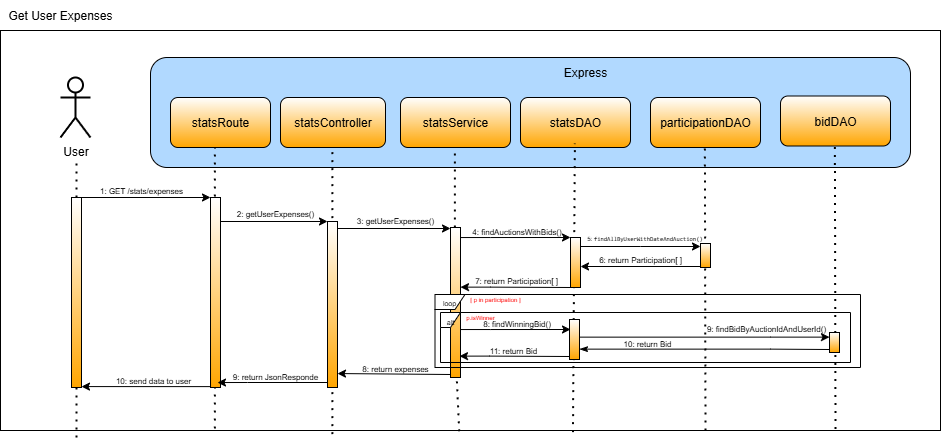
This is documentazione/Get_User_Expenses.png from Sebastianelli-Nicola/ProgettoPA, a draw.io export, as it was before one commit. Source tidied: cells renumbered, new cells last; positions are measured from the earlier drawing's top-left corner, leaving out a move shared by most shapes.
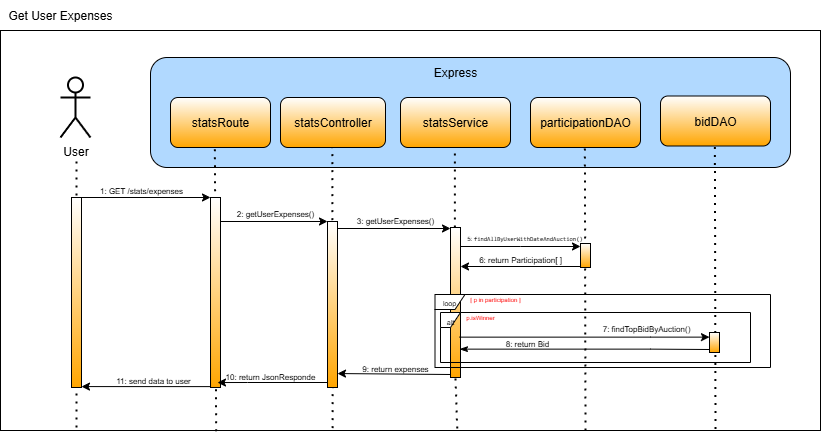
Above is the later version.

Diff of the diagram source:
```diff
@@ -3,13 +3,13 @@
     <mxCell id="0" />
     <mxCell id="1" parent="0" />
     <mxCell id="2" style="rounded=0;whiteSpace=wrap;html=1;" parent="1" vertex="1">
-      <mxGeometry y="30" width="940" height="400" as="geometry" />
+      <mxGeometry y="30" width="820" height="400" as="geometry" />
     </mxCell>
     <mxCell id="3" style="rounded=1;whiteSpace=wrap;html=1;fillColor=#B1D9FF;" parent="1" vertex="1">
-      <mxGeometry x="150" y="57" width="760" height="110" as="geometry" />
+      <mxGeometry x="150" y="57" width="640" height="110" as="geometry" />
     </mxCell>
     <mxCell id="4" value="Express" style="text;html=1;align=center;verticalAlign=middle;whiteSpace=wrap;rounded=0;" parent="1" vertex="1">
-      <mxGeometry x="530" y="57" width="110" height="30" as="geometry" />
+      <mxGeometry x="400" y="57" width="110" height="30" as="geometry" />
     </mxCell>
     <mxCell id="5" value="statsRoute" style="rounded=1;whiteSpace=wrap;html=1;gradientColor=#FFA500;" parent="1" vertex="1">
       <mxGeometry x="170" y="97" width="100" height="50" as="geometry" />
@@ -17,9 +17,6 @@
     <mxCell id="6" value="statsController" style="rounded=1;whiteSpace=wrap;html=1;gradientColor=#FFA500;" parent="1" vertex="1">
       <mxGeometry x="280" y="97" width="105" height="50" as="geometry" />
     </mxCell>
-    <mxCell id="7" value="statsDAO" style="rounded=1;whiteSpace=wrap;html=1;gradientColor=#FFA500;" parent="1" vertex="1">
-      <mxGeometry x="520" y="97" width="110" height="50" as="geometry" />
-    </mxCell>
     <mxCell id="8" value="statsService" style="rounded=1;whiteSpace=wrap;html=1;gradientColor=#FFA500;" parent="1" vertex="1">
       <mxGeometry x="400" y="97" width="110" height="50" as="geometry" />
     </mxCell>
@@ -28,16 +25,16 @@
     </mxCell>
     <mxCell id="10" style="endArrow=none;dashed=1;html=1;dashPattern=1 3;strokeWidth=2;rounded=0;entryX=0.147;entryY=0.325;entryDx=0;entryDy=0;entryPerimeter=0;" parent="1" edge="1">
       <mxGeometry relative="1" as="geometry">
-        <mxPoint x="76" y="437" as="sourcePoint" />
+        <mxPoint x="76" y="427" as="sourcePoint" />
         <mxPoint x="76" y="157" as="targetPoint" />
       </mxGeometry>
     </mxCell>
-    <mxCell id="11" style="endArrow=none;dashed=1;html=1;dashPattern=1 3;strokeWidth=2;rounded=0;entryX=0.147;entryY=0.325;entryDx=0;entryDy=0;entryPerimeter=0;exitX=0.228;exitY=0.995;exitDx=0;exitDy=0;exitPerimeter=0;" parent="1" edge="1" source="2">
+    <mxCell id="11" style="endArrow=none;dashed=1;html=1;dashPattern=1 3;strokeWidth=2;rounded=0;entryX=0.147;entryY=0.325;entryDx=0;entryDy=0;entryPerimeter=0;exitX=0.263;exitY=1.002;exitDx=0;exitDy=0;exitPerimeter=0;" parent="1" edge="1" source="2">
       <mxGeometry relative="1" as="geometry">
         <mxPoint x="214.4" y="147" as="targetPoint" />
       </mxGeometry>
     </mxCell>
-    <mxCell id="12" style="endArrow=none;dashed=1;html=1;dashPattern=1 3;strokeWidth=2;rounded=0;entryX=0.147;entryY=0.325;entryDx=0;entryDy=0;entryPerimeter=0;exitX=0.353;exitY=1.009;exitDx=0;exitDy=0;exitPerimeter=0;" parent="1" edge="1" source="2">
+    <mxCell id="12" style="endArrow=none;dashed=1;html=1;dashPattern=1 3;strokeWidth=2;rounded=0;entryX=0.147;entryY=0.325;entryDx=0;entryDy=0;entryPerimeter=0;exitX=0.405;exitY=0.994;exitDx=0;exitDy=0;exitPerimeter=0;" parent="1" edge="1" source="2">
       <mxGeometry relative="1" as="geometry">
         <mxPoint x="331.9" y="147" as="targetPoint" />
       </mxGeometry>
@@ -53,14 +50,6 @@
         <mxPoint x="454.4" y="147" as="targetPoint" />
       </mxGeometry>
     </mxCell>
-    <mxCell id="16" style="endArrow=none;dashed=1;html=1;dashPattern=1 3;strokeWidth=2;rounded=0;entryX=0.147;entryY=0.325;entryDx=0;entryDy=0;entryPerimeter=0;exitX=0.609;exitY=1.004;exitDx=0;exitDy=0;exitPerimeter=0;" parent="1" edge="1" source="2">
-      <mxGeometry relative="1" as="geometry">
-        <mxPoint x="574.4" y="143" as="targetPoint" />
-      </mxGeometry>
-    </mxCell>
-    <mxCell id="17" style="html=1;points=[[0,0,0,0,5],[0,1,0,0,-5],[1,0,0,0,5],[1,1,0,0,-5]];perimeter=orthogonalPerimeter;outlineConnect=0;targetShapes=umlLifeline;portConstraint=eastwest;newEdgeStyle={&quot;curved&quot;:0,&quot;rounded&quot;:0};gradientColor=#FFA500;" parent="1" vertex="1">
-      <mxGeometry x="570" y="237" width="10" height="50" as="geometry" />
-    </mxCell>
     <mxCell id="18" style="html=1;perimeter=orthogonalPerimeter;targetShapes=umlLifeline;newEdgeStyle={&quot;curved&quot;:0,&quot;rounded&quot;:0};gradientColor=#FFA500;" parent="1" vertex="1">
       <mxGeometry x="71" y="197" width="10" height="190" as="geometry" />
     </mxCell>
@@ -80,22 +69,12 @@
         <mxPoint x="450" y="228" as="targetPoint" />
       </mxGeometry>
     </mxCell>
-    <mxCell id="22" style="endArrow=none;dashed=1;html=1;dashPattern=1 3;strokeWidth=2;rounded=0;entryX=0.147;entryY=0.325;entryDx=0;entryDy=0;entryPerimeter=0;exitX=0.488;exitY=1.002;exitDx=0;exitDy=0;exitPerimeter=0;" parent="1" edge="1" source="2" target="23">
+    <mxCell id="22" style="endArrow=none;dashed=1;html=1;dashPattern=1 3;strokeWidth=2;rounded=0;entryX=0.147;entryY=0.325;entryDx=0;entryDy=0;entryPerimeter=0;exitX=0.557;exitY=0.995;exitDx=0;exitDy=0;exitPerimeter=0;" parent="1" edge="1" source="2" target="23">
       <mxGeometry relative="1" as="geometry" />
     </mxCell>
     <mxCell id="23" style="html=1;points=[[0,0,0,0,5],[0,1,0,0,-5],[1,0,0,0,5],[1,1,0,0,-5]];perimeter=orthogonalPerimeter;outlineConnect=0;targetShapes=umlLifeline;portConstraint=eastwest;newEdgeStyle={&quot;curved&quot;:0,&quot;rounded&quot;:0};gradientColor=#FFA500;" parent="1" vertex="1">
       <mxGeometry x="450" y="227" width="10" height="150" as="geometry" />
     </mxCell>
-    <mxCell id="24" style="edgeStyle=orthogonalEdgeStyle;rounded=0;orthogonalLoop=1;jettySize=auto;html=1;curved=0;endArrow=none;startFill=1;startArrow=classic;" parent="1" edge="1">
-      <mxGeometry relative="1" as="geometry">
-        <mxPoint x="460" y="286.6" as="sourcePoint" />
-        <mxPoint x="570" y="287" as="targetPoint" />
-        <Array as="points">
-          <mxPoint x="490" y="286.6" />
-          <mxPoint x="490" y="286.6" />
-        </Array>
-      </mxGeometry>
-    </mxCell>
     <mxCell id="25" style="edgeStyle=orthogonalEdgeStyle;rounded=0;orthogonalLoop=1;jettySize=auto;html=1;curved=0;entryX=0;entryY=1;entryDx=0;entryDy=0;entryPerimeter=0;endArrow=none;startFill=1;startArrow=classic;" parent="1" edge="1">
       <mxGeometry relative="1" as="geometry">
         <mxPoint x="337" y="373" as="sourcePoint" />
@@ -133,59 +112,58 @@
     <mxCell id="30" value="&lt;font style=&quot;font-size: 8px;&quot;&gt;3: getUserExpenses()&lt;/font&gt;" style="text;html=1;align=center;verticalAlign=middle;whiteSpace=wrap;rounded=0;" parent="1" vertex="1">
       <mxGeometry x="350" y="204" width="90" height="30" as="geometry" />
     </mxCell>
-    <mxCell id="31" value="&lt;span style=&quot;font-size: 8px;&quot;&gt;7: return Participation[ ]&lt;/span&gt;" style="text;html=1;align=center;verticalAlign=middle;whiteSpace=wrap;rounded=0;" parent="1" vertex="1">
-      <mxGeometry x="471" y="264" width="90" height="30" as="geometry" />
-    </mxCell>
-    <mxCell id="32" value="&lt;span style=&quot;font-size: 8px;&quot;&gt;8: return expenses&lt;/span&gt;" style="text;html=1;align=center;verticalAlign=middle;whiteSpace=wrap;rounded=0;" parent="1" vertex="1">
+    <mxCell id="32" value="&lt;span style=&quot;font-size: 8px;&quot;&gt;9: return expenses&lt;/span&gt;" style="text;html=1;align=center;verticalAlign=middle;whiteSpace=wrap;rounded=0;" parent="1" vertex="1">
       <mxGeometry x="350" y="352" width="90" height="30" as="geometry" />
     </mxCell>
-    <mxCell id="33" value="&lt;span style=&quot;font-size: 8px;&quot;&gt;9: return JsonResponde&lt;/span&gt;" style="text;html=1;align=center;verticalAlign=middle;whiteSpace=wrap;rounded=0;" parent="1" vertex="1">
-      <mxGeometry x="230" y="360" width="90" height="30" as="geometry" />
+    <mxCell id="33" value="&lt;span style=&quot;font-size: 8px;&quot;&gt;10: return JsonResponde&lt;/span&gt;" style="text;html=1;align=center;verticalAlign=middle;whiteSpace=wrap;rounded=0;" parent="1" vertex="1">
+      <mxGeometry x="220" y="360" width="100" height="30" as="geometry" />
     </mxCell>
-    <mxCell id="34" value="&lt;span style=&quot;font-size: 8px;&quot;&gt;10: send data to user&lt;/span&gt;" style="text;html=1;align=center;verticalAlign=middle;whiteSpace=wrap;rounded=0;" parent="1" vertex="1">
+    <mxCell id="34" value="&lt;span style=&quot;font-size: 8px;&quot;&gt;11: send data to user&lt;/span&gt;" style="text;html=1;align=center;verticalAlign=middle;whiteSpace=wrap;rounded=0;" parent="1" vertex="1">
       <mxGeometry x="108" y="364" width="90" height="30" as="geometry" />
     </mxCell>
     <mxCell id="35" value="Get User Expenses" style="text;html=1;align=center;verticalAlign=middle;whiteSpace=wrap;rounded=0;" parent="1" vertex="1">
       <mxGeometry width="120" height="30" as="geometry" />
     </mxCell>
     <mxCell id="36" value="participationDAO" style="rounded=1;whiteSpace=wrap;html=1;gradientColor=#FFA500;" parent="1" vertex="1">
-      <mxGeometry x="650" y="97" width="110" height="50" as="geometry" />
+      <mxGeometry x="530" y="97" width="110" height="50" as="geometry" />
     </mxCell>
-    <mxCell id="37" style="endArrow=none;dashed=1;html=1;dashPattern=1 3;strokeWidth=2;rounded=0;entryX=0.147;entryY=0.325;entryDx=0;entryDy=0;entryPerimeter=0;exitX=0.75;exitY=1;exitDx=0;exitDy=0;" parent="1" edge="1" source="2">
+    <mxCell id="37" style="endArrow=none;dashed=1;html=1;dashPattern=1 3;strokeWidth=2;rounded=0;entryX=0.147;entryY=0.325;entryDx=0;entryDy=0;entryPerimeter=0;exitX=0.75;exitY=1;exitDx=0;exitDy=0;" parent="1" edge="1">
       <mxGeometry relative="1" as="geometry">
-        <mxPoint x="704.4" y="143" as="targetPoint" />
+        <mxPoint x="585" y="430" as="sourcePoint" />
+        <mxPoint x="584.4" y="143" as="targetPoint" />
       </mxGeometry>
     </mxCell>
     <mxCell id="38" style="html=1;points=[[0,0,0,0,5],[0,1,0,0,-5],[1,0,0,0,5],[1,1,0,0,-5]];perimeter=orthogonalPerimeter;outlineConnect=0;targetShapes=umlLifeline;portConstraint=eastwest;newEdgeStyle={&quot;curved&quot;:0,&quot;rounded&quot;:0};gradientColor=#FFA500;" parent="1" vertex="1">
-      <mxGeometry x="700" y="243" width="10" height="24" as="geometry" />
+      <mxGeometry x="580" y="243" width="10" height="24" as="geometry" />
     </mxCell>
     <mxCell id="39" style="edgeStyle=orthogonalEdgeStyle;rounded=0;jettySize=auto;html=1;curved=0;" parent="1" edge="1" target="38">
       <mxGeometry relative="1" as="geometry">
-        <mxPoint x="580" y="246" as="sourcePoint" />
+        <mxPoint x="460" y="246" as="sourcePoint" />
         <Array as="points">
-          <mxPoint x="640" y="246" />
-          <mxPoint x="640" y="246" />
+          <mxPoint x="520" y="246" />
+          <mxPoint x="520" y="246" />
         </Array>
       </mxGeometry>
     </mxCell>
-    <mxCell id="40" style="edgeStyle=orthogonalEdgeStyle;rounded=0;jettySize=auto;html=1;curved=0;entryX=0;entryY=1;entryDx=0;entryDy=-5;entryPerimeter=0;endArrow=none;startFill=1;startArrow=classic;" parent="1" edge="1" source="17" target="38">
+    <mxCell id="40" style="edgeStyle=orthogonalEdgeStyle;rounded=0;jettySize=auto;html=1;curved=0;entryX=0;entryY=1;entryDx=0;entryDy=-5;entryPerimeter=0;endArrow=none;startFill=1;startArrow=classic;" parent="1" edge="1" target="38">
       <mxGeometry relative="1" as="geometry">
+        <mxPoint x="460" y="266" as="sourcePoint" />
         <Array as="points">
-          <mxPoint x="700" y="266" />
+          <mxPoint x="580" y="266" />
         </Array>
       </mxGeometry>
     </mxCell>
     <mxCell id="41" value="&lt;font style=&quot;color: rgb(0, 0, 0); font-size: 6px;&quot;&gt;5:&amp;nbsp;&lt;span style=&quot;font-family: Consolas, &amp;quot;Courier New&amp;quot;, monospace; white-space: pre;&quot;&gt;findAllByUserWithDateAndAuction()&lt;/span&gt;&lt;/font&gt;" style="text;html=1;align=center;verticalAlign=middle;whiteSpace=wrap;rounded=0;" parent="1" vertex="1">
-      <mxGeometry x="594.5" y="221" width="99" height="30" as="geometry" />
+      <mxGeometry x="474.5" y="221" width="99" height="30" as="geometry" />
     </mxCell>
     <mxCell id="42" value="&lt;span style=&quot;font-size: 8px;&quot;&gt;6: return Participation[ ]&lt;/span&gt;" style="text;html=1;align=center;verticalAlign=middle;whiteSpace=wrap;rounded=0;" parent="1" vertex="1">
-      <mxGeometry x="594.5" y="243" width="90" height="30" as="geometry" />
+      <mxGeometry x="474.5" y="243" width="90" height="30" as="geometry" />
     </mxCell>
     <mxCell id="43" value="&lt;font style=&quot;font-size: 7px;&quot;&gt;loop&lt;/font&gt;" style="shape=umlFrame;whiteSpace=wrap;html=1;width=30;height=15;" parent="1" vertex="1">
-      <mxGeometry x="434.5" y="294" width="425.5" height="73" as="geometry" />
+      <mxGeometry x="434.5" y="294" width="335.5" height="73" as="geometry" />
     </mxCell>
     <mxCell id="44" value="&lt;font style=&quot;font-size: 7px;&quot;&gt;alt&lt;/font&gt;" style="shape=umlFrame;whiteSpace=wrap;html=1;width=20;height=15;" parent="1" vertex="1">
-      <mxGeometry x="440" y="312" width="410" height="50" as="geometry" />
+      <mxGeometry x="440" y="312" width="310" height="50" as="geometry" />
     </mxCell>
     <mxCell id="45" value="&lt;font style=&quot;font-size: 6px; color: rgb(255, 6, 6);&quot;&gt;[ p in participation ]&lt;/font&gt;" style="text;html=1;align=center;verticalAlign=middle;whiteSpace=wrap;rounded=0;" parent="1" vertex="1">
       <mxGeometry x="450" y="282" width="90" height="30" as="geometry" />
@@ -193,84 +171,42 @@
     <mxCell id="46" value="&lt;font style=&quot;font-size: 6px; color: rgb(255, 6, 6);&quot;&gt;p.isWinner&lt;/font&gt;" style="text;html=1;align=center;verticalAlign=middle;whiteSpace=wrap;rounded=0;" parent="1" vertex="1">
       <mxGeometry x="434.5" y="300" width="90" height="30" as="geometry" />
     </mxCell>
-    <mxCell id="47" style="edgeStyle=orthogonalEdgeStyle;rounded=0;orthogonalLoop=1;jettySize=auto;html=1;curved=0;entryX=0;entryY=0;entryDx=0;entryDy=5;entryPerimeter=0;" parent="1" edge="1">
-      <mxGeometry relative="1" as="geometry">
-        <mxPoint x="460" y="237" as="sourcePoint" />
-        <mxPoint x="570" y="237" as="targetPoint" />
-        <Array as="points">
-          <mxPoint x="490" y="237" />
-          <mxPoint x="490" y="237" />
-        </Array>
-      </mxGeometry>
-    </mxCell>
-    <mxCell id="48" value="&lt;font style=&quot;font-size: 8px;&quot;&gt;4: findAuctionsWithBids&lt;span style=&quot;color: rgba(0, 0, 0, 0); font-family: monospace; font-size: 0px; text-align: start; text-wrap-mode: nowrap;&quot;&gt;%3CmxGraphModel%3E%3Croot%3E%3CmxCell%20id%3D%220%22%2F%3E%3CmxCell%20id%3D%221%22%20parent%3D%220%22%2F%3E%3CmxCell%20id%3D%222%22%20value%3D%22%26lt%3Bfont%20style%3D%26quot%3Bfont-size%3A%208px%3B%26quot%3B%26gt%3B3%3A%20login()%26lt%3B%2Ffont%26gt%3B%22%20style%3D%22text%3Bhtml%3D1%3Balign%3Dcenter%3BverticalAlign%3Dmiddle%3BwhiteSpace%3Dwrap%3Brounded%3D0%3B%22%20vertex%3D%221%22%20parent%3D%221%22%3E%3CmxGeometry%20x%3D%22390%22%20y%3D%22217%22%20width%3D%2290%22%20height%3D%2230%22%20as%3D%22geometry%22%2F%3E%3C%2FmxCell%3E%3C%2Froot%3E%3C%2FmxGraphModel&lt;/span&gt;()&lt;/font&gt;" style="text;html=1;align=center;verticalAlign=middle;whiteSpace=wrap;rounded=0;" parent="1" vertex="1">
-      <mxGeometry x="466.5" y="215" width="99" height="30" as="geometry" />
-    </mxCell>
-    <mxCell id="49" style="edgeStyle=orthogonalEdgeStyle;rounded=0;orthogonalLoop=1;jettySize=auto;html=1;curved=0;entryX=0;entryY=0;entryDx=0;entryDy=5;entryPerimeter=0;" parent="1" edge="1">
-      <mxGeometry relative="1" as="geometry">
-        <mxPoint x="460" y="329" as="sourcePoint" />
-        <mxPoint x="570" y="329" as="targetPoint" />
-        <Array as="points">
-          <mxPoint x="490" y="329" />
-          <mxPoint x="490" y="329" />
-        </Array>
-      </mxGeometry>
-    </mxCell>
-    <mxCell id="50" value="&lt;font style=&quot;font-size: 8px;&quot;&gt;8: findWinningBid&lt;span style=&quot;color: rgba(0, 0, 0, 0); font-family: monospace; font-size: 0px; text-align: start; text-wrap-mode: nowrap;&quot;&gt;%3CmxGraphModel%3E%3Croot%3E%3CmxCell%20id%3D%220%22%2F%3E%3CmxCell%20id%3D%221%22%20parent%3D%220%22%2F%3E%3CmxCell%20id%3D%222%22%20value%3D%22%26lt%3Bfont%20style%3D%26quot%3Bfont-size%3A%208px%3B%26quot%3B%26gt%3B3%3A%20login()%26lt%3B%2Ffont%26gt%3B%22%20style%3D%22text%3Bhtml%3D1%3Balign%3Dcenter%3BverticalAlign%3Dmiddle%3BwhiteSpace%3Dwrap%3Brounded%3D0%3B%22%20vertex%3D%221%22%20parent%3D%221%22%3E%3CmxGeometry%20x%3D%22390%22%20y%3D%22217%22%20width%3D%2290%22%20height%3D%2230%22%20as%3D%22geometry%22%2F%3E%3C%2FmxCell%3E%3C%2Froot%3E%3C%2FmxGraphModel&lt;/span&gt;()&lt;/font&gt;" style="text;html=1;align=center;verticalAlign=middle;whiteSpace=wrap;rounded=0;" parent="1" vertex="1">
-      <mxGeometry x="466.5" y="307" width="99" height="30" as="geometry" />
-    </mxCell>
-    <mxCell id="51" style="html=1;perimeter=orthogonalPerimeter;targetShapes=umlLifeline;newEdgeStyle={&quot;curved&quot;:0,&quot;rounded&quot;:0};gradientColor=#FFA500;" parent="1" vertex="1">
-      <mxGeometry x="569" y="319" width="10" height="40" as="geometry" />
-    </mxCell>
     <mxCell id="52" value="bidDAO" style="rounded=1;whiteSpace=wrap;html=1;gradientColor=#FFA500;" parent="1" vertex="1">
-      <mxGeometry x="780" y="95.5" width="110" height="50" as="geometry" />
+      <mxGeometry x="660" y="95.5" width="110" height="50" as="geometry" />
     </mxCell>
     <mxCell id="53" style="endArrow=none;dashed=1;html=1;dashPattern=1 3;strokeWidth=2;rounded=0;entryX=0.147;entryY=0.325;entryDx=0;entryDy=0;entryPerimeter=0;exitX=0.75;exitY=1;exitDx=0;exitDy=0;" parent="1" edge="1">
       <mxGeometry relative="1" as="geometry">
-        <mxPoint x="835" y="428.5" as="sourcePoint" />
-        <mxPoint x="834.4" y="141.5" as="targetPoint" />
+        <mxPoint x="715" y="428.5" as="sourcePoint" />
+        <mxPoint x="714.4" y="141.5" as="targetPoint" />
       </mxGeometry>
     </mxCell>
     <mxCell id="54" style="html=1;points=[[0,0,0,0,5],[0,1,0,0,-5],[1,0,0,0,5],[1,1,0,0,-5]];perimeter=orthogonalPerimeter;outlineConnect=0;targetShapes=umlLifeline;portConstraint=eastwest;newEdgeStyle={&quot;curved&quot;:0,&quot;rounded&quot;:0};gradientColor=#FFA500;" parent="1" vertex="1">
-      <mxGeometry x="829" y="332" width="10" height="20" as="geometry" />
+      <mxGeometry x="709" y="332" width="10" height="20" as="geometry" />
     </mxCell>
-    <mxCell id="55" value="&lt;font style=&quot;font-size: 8px;&quot;&gt;9: findBidByAuctionIdAndUserId&lt;span style=&quot;color: rgba(0, 0, 0, 0); font-family: monospace; font-size: 0px; text-align: start; text-wrap-mode: nowrap;&quot;&gt;%3CmxGraphModel%3E%3Croot%3E%3CmxCell%20id%3D%220%22%2F%3E%3CmxCell%20id%3D%221%22%20parent%3D%220%22%2F%3E%3CmxCell%20id%3D%222%22%20value%3D%22%26lt%3Bfont%20style%3D%26quot%3Bfont-size%3A%208px%3B%26quot%3B%26gt%3B3%3A%20login()%26lt%3B%2Ffont%26gt%3B%22%20style%3D%22text%3Bhtml%3D1%3Balign%3Dcenter%3BverticalAlign%3Dmiddle%3BwhiteSpace%3Dwrap%3Brounded%3D0%3B%22%20vertex%3D%221%22%20parent%3D%221%22%3E%3CmxGeometry%20x%3D%22390%22%20y%3D%22217%22%20width%3D%2290%22%20height%3D%2230%22%20as%3D%22geometry%22%2F%3E%3C%2FmxCell%3E%3C%2Froot%3E%3C%2FmxGraphModel&lt;/span&gt;()&lt;/font&gt;" style="text;html=1;align=center;verticalAlign=middle;whiteSpace=wrap;rounded=0;" parent="1" vertex="1">
-      <mxGeometry x="700" y="312" width="132" height="30" as="geometry" />
+    <mxCell id="55" value="&lt;font style=&quot;font-size: 8px;&quot;&gt;7: findTopBidByAuction&lt;span style=&quot;color: rgba(0, 0, 0, 0); font-family: monospace; font-size: 0px; text-align: start; text-wrap-mode: nowrap;&quot;&gt;%3CmxGraphModel%3E%3Croot%3E%3CmxCell%20id%3D%220%22%2F%3E%3CmxCell%20id%3D%221%22%20parent%3D%220%22%2F%3E%3CmxCell%20id%3D%222%22%20value%3D%22%26lt%3Bfont%20style%3D%26quot%3Bfont-size%3A%208px%3B%26quot%3B%26gt%3B3%3A%20login()%26lt%3B%2Ffont%26gt%3B%22%20style%3D%22text%3Bhtml%3D1%3Balign%3Dcenter%3BverticalAlign%3Dmiddle%3BwhiteSpace%3Dwrap%3Brounded%3D0%3B%22%20vertex%3D%221%22%20parent%3D%221%22%3E%3CmxGeometry%20x%3D%22390%22%20y%3D%22217%22%20width%3D%2290%22%20height%3D%2230%22%20as%3D%22geometry%22%2F%3E%3C%2FmxCell%3E%3C%2Froot%3E%3C%2FmxGraphModel&lt;/span&gt;()&lt;/font&gt;" style="text;html=1;align=center;verticalAlign=middle;whiteSpace=wrap;rounded=0;" parent="1" vertex="1">
+      <mxGeometry x="580" y="312" width="132" height="30" as="geometry" />
     </mxCell>
     <mxCell id="56" style="edgeStyle=orthogonalEdgeStyle;rounded=0;jettySize=auto;html=1;curved=0;" parent="1" edge="1" target="54">
       <mxGeometry relative="1" as="geometry">
-        <mxPoint x="579" y="336.6" as="sourcePoint" />
+        <mxPoint x="459" y="336.6" as="sourcePoint" />
         <Array as="points">
-          <mxPoint x="770" y="337" />
-          <mxPoint x="770" y="337" />
+          <mxPoint x="650" y="337" />
+          <mxPoint x="650" y="337" />
         </Array>
       </mxGeometry>
     </mxCell>
     <mxCell id="57" style="edgeStyle=orthogonalEdgeStyle;rounded=0;orthogonalLoop=1;jettySize=auto;html=1;curved=0;startArrow=classicThin;startFill=1;endArrow=none;" parent="1" edge="1">
       <mxGeometry relative="1" as="geometry">
-        <mxPoint x="579" y="348.6" as="sourcePoint" />
-        <mxPoint x="829" y="349" as="targetPoint" />
+        <mxPoint x="459" y="348.6" as="sourcePoint" />
+        <mxPoint x="709" y="349" as="targetPoint" />
         <Array as="points">
-          <mxPoint x="770" y="349" />
-          <mxPoint x="770" y="349" />
+          <mxPoint x="650" y="349" />
+          <mxPoint x="650" y="349" />
         </Array>
       </mxGeometry>
     </mxCell>
-    <mxCell id="58" value="&lt;span style=&quot;font-size: 8px;&quot;&gt;10: return Bid&lt;/span&gt;" style="text;html=1;align=center;verticalAlign=middle;whiteSpace=wrap;rounded=0;" parent="1" vertex="1">
-      <mxGeometry x="581.2" y="327" width="132" height="30" as="geometry" />
+    <mxCell id="58" value="&lt;span style=&quot;font-size: 8px;&quot;&gt;8: return Bid&lt;/span&gt;" style="text;html=1;align=center;verticalAlign=middle;whiteSpace=wrap;rounded=0;" parent="1" vertex="1">
+      <mxGeometry x="461.2" y="327" width="132" height="30" as="geometry" />
     </mxCell>
-    <mxCell id="59" value="&lt;span style=&quot;font-size: 8px;&quot;&gt;11: return Bid&lt;/span&gt;" style="text;html=1;align=center;verticalAlign=middle;whiteSpace=wrap;rounded=0;" parent="1" vertex="1">
-      <mxGeometry x="447" y="334" width="132" height="30" as="geometry" />
-    </mxCell>
-    <mxCell id="60" style="edgeStyle=orthogonalEdgeStyle;rounded=0;orthogonalLoop=1;jettySize=auto;html=1;curved=0;endArrow=none;startFill=1;startArrow=classic;" parent="1" edge="1">
-      <mxGeometry relative="1" as="geometry">
-        <mxPoint x="459" y="355.6" as="sourcePoint" />
-        <mxPoint x="569" y="356" as="targetPoint" />
-        <Array as="points">
-          <mxPoint x="489" y="355.6" />
-          <mxPoint x="489" y="355.6" />
-        </Array>
-      </mxGeometry>
-    </mxCell>
   </root>
 </mxGraphModel>
```
